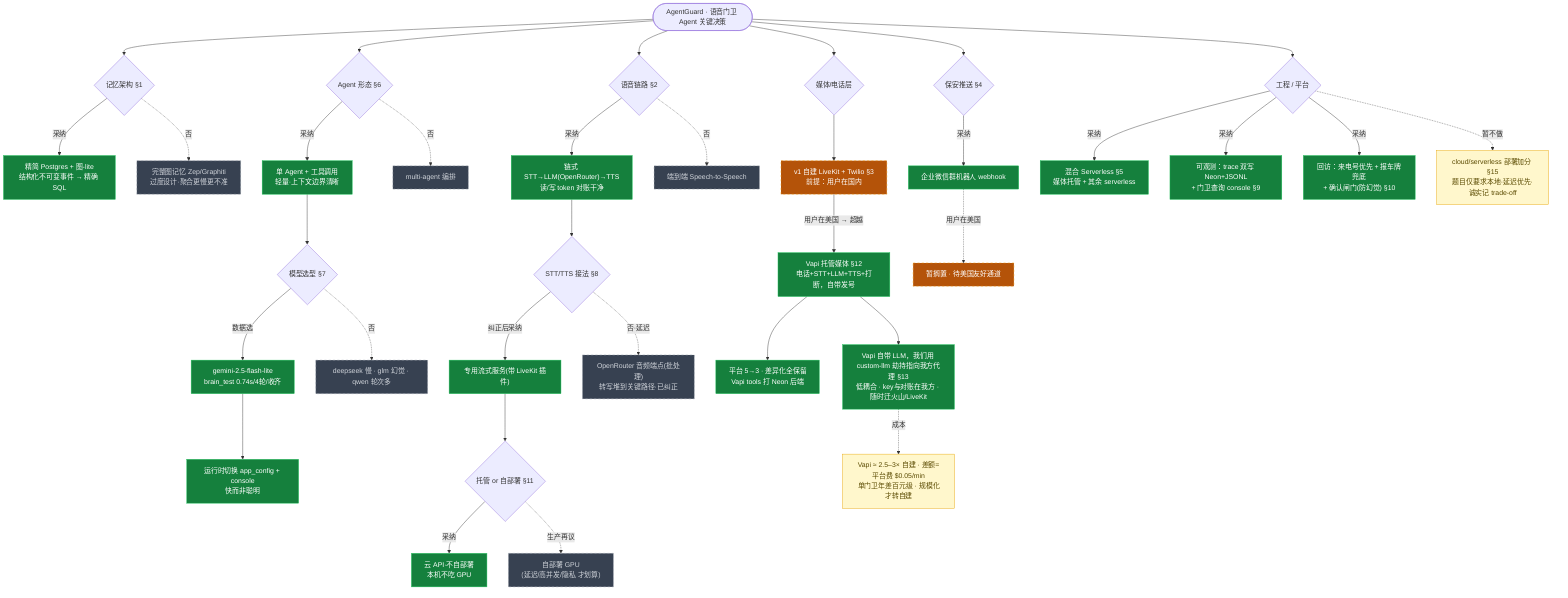
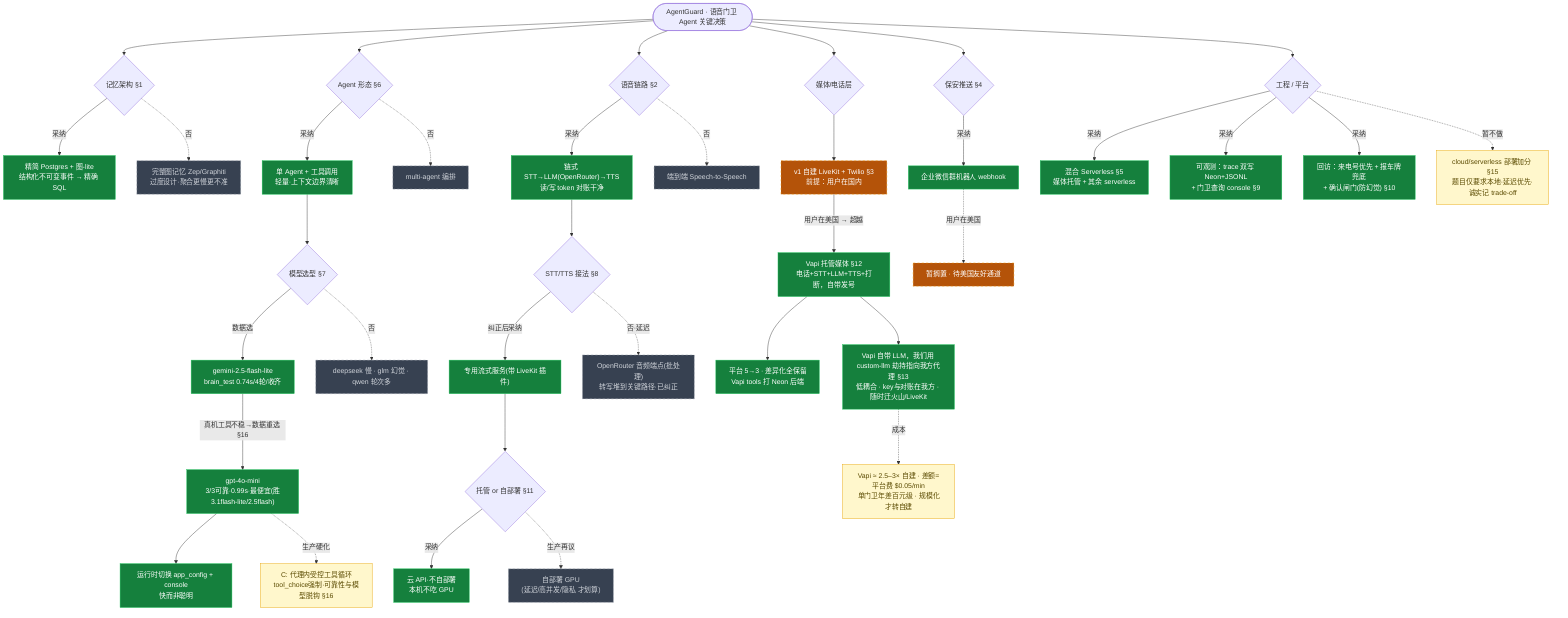
%% AgentGuard 关键决策树
%% 纪律：每做一个决策点 → 这里加节点 + docs/HANDOFF.md 追加对应 ADR(§N)，两者同步。
%% 图例：绿=采纳 / 灰虚线=否决 / 橙虚线=已被超越(演进)
%% 渲染：mermaid.live 或 VS Code Mermaid 插件
flowchart TD
    ROOT(["AgentGuard · 语音门卫 Agent 关键决策"])

    %% ---- 记忆 ----
    ROOT --> M{"记忆架构 §1"}
    M -->|采纳| M1["精简 Postgres + 图-lite<br/>结构化不可变事件 → 精确 SQL"]:::pick
    M -.否.-> M2["完整图记忆 Zep/Graphiti<br/>过度设计·聚合更慢更不准"]:::drop

    %% ---- 大脑 ----
    ROOT --> B{"Agent 形态 §6"}
    B -->|采纳| B1["单 Agent + 工具调用<br/>轻量·上下文边界清晰"]:::pick
    B -.否.-> B2["multi-agent 编排"]:::drop
    B1 --> B3{"模型选型 §7"}
    B3 -->|数据选| B3a["gemini-2.5-flash-lite<br/>brain_test 0.74s/4轮/收齐"]:::pick
    B3 -.否.-> B3b["deepseek 慢 · glm 幻觉 · qwen 轮次多"]:::drop
-     B3a --> B4["运行时切换 app_config + console<br/>快而非聪明"]:::pick
+     B3a -->|"真机工具不稳→数据重选 §16"| B3c["gpt-4o-mini<br/>3/3可靠·0.99s·最便宜(胜3.1flash-lite/2.5flash)"]:::pick
+     B3c --> B4["运行时切换 app_config + console<br/>快而非聪明"]:::pick
+     B3c -.->|"生产硬化"| B6["C: 代理内受控工具循环<br/>tool_choice强制·可靠性与模型脱钩 §16"]:::note

    %% ---- 语音处理 ----
    ROOT --> V{"语音链路 §2"}
    V -->|采纳| V1["链式 STT→LLM(OpenRouter)→TTS<br/>读/写 token 对账干净"]:::pick
    V -.否.-> V2["端到端 Speech-to-Speech"]:::drop
    V1 --> V3{"STT/TTS 接法 §8"}
    V3 -->|纠正后采纳| V3a["专用流式服务(带 LiveKit 插件)"]:::pick
    V3 -.否·延迟.-> V3b["OpenRouter 音频端点(批处理)<br/>转写堆到关键路径·已纠正"]:::drop
    V3a --> V4{"托管 or 自部署 §11"}
    V4 -->|采纳| V4a["云 API·不自部署<br/>本机不吃 GPU"]:::pick
    V4 -.生产再议.-> V4b["自部署 GPU<br/>(延迟/高并发/隐私 才划算)"]:::drop

    %% ---- 媒体/电话（演进）----
    ROOT --> P{"媒体/电话层"}
    P --> P1["v1 自建 LiveKit + Twilio §3<br/>前提：用户在国内"]:::super
    P1 -->|"用户在美国 → 超越"| P2["Vapi 托管媒体 §12<br/>电话+STT+LLM+TTS+打断，自带发号"]:::pick
    P2 --> P3["平台 5→3 · 差异化全保留<br/>Vapi tools 打 Neon 后端"]:::pick
    P2 --> P4["Vapi 自带 LLM，我们用 custom-llm 劫持指向我方代理 §13<br/>低耦合 · key与对账在我方 · 随时迁火山/LiveKit"]:::pick
    P4 -.成本.-> P5["Vapi ≈ 2.5–3× 自建 · 差额=平台费 $0.05/min<br/>单门卫年差百元级 · 规模化才转自建"]:::note

    %% ---- 保安推送 ----
    ROOT --> W{"保安推送 §4"}
    W -->|采纳| W1["企业微信群机器人 webhook"]:::pick
    W1 -.->|"用户在美国"| W2["暂搁置 · 待美国友好通道"]:::super

    %% ---- 工程/平台 ----
    ROOT --> E{"工程 / 平台"}
    E -->|采纳| E1["混合 Serverless §5<br/>媒体托管 + 其余 serverless"]:::pick
    E -->|采纳| E2["可观测：trace 双写 Neon+JSONL<br/>+ 门卫查询 console §9"]:::pick
    E -->|采纳| E3["回访：来电号优先 + 报车牌兜底<br/>+ 确认闸门(防幻觉) §10"]:::pick
    E -.->|暂不做| E4["cloud/serverless 部署加分 §15<br/>题目仅要求本地·延迟优先·诚实记 trade-off"]:::note

    classDef pick fill:#15803d,stroke:#22c55e,color:#ffffff
    classDef drop fill:#374151,stroke:#9ca3af,color:#d1d5db,stroke-dasharray:5
    classDef super fill:#b45309,stroke:#f59e0b,color:#ffffff,stroke-dasharray:5
    classDef note fill:#fff7cc,stroke:#e8a302,color:#5a4a00

%% ===================== 成本表（决策12/§13 依据）=====================
%% 同用便宜 provider，全算下来：自建 ~$0.03/min vs Vapi ~$0.08/min，差额=Vapi 平台费 $0.05/min。
%% 按每通 30 秒（15 秒则各项减半）：
%%   车流/天 | 自建/年 | Vapi/年 | 差额/月 | 差额/年
%%      20   |  $110   |  $292   |  $15    |  $182
%%      50   |  $274   |  $730   |  $38    |  $456
%%     100   |  $548   | $1460   |  $75    |  $912
%%     200   | $1095   | $2920   | $150    | $1825
%% 结论：单门卫量级绝对差额百元级（不大），仅百分比(~2.6×)看着高；规模化才是转自建的触发阈值。
%% ==================================================================
